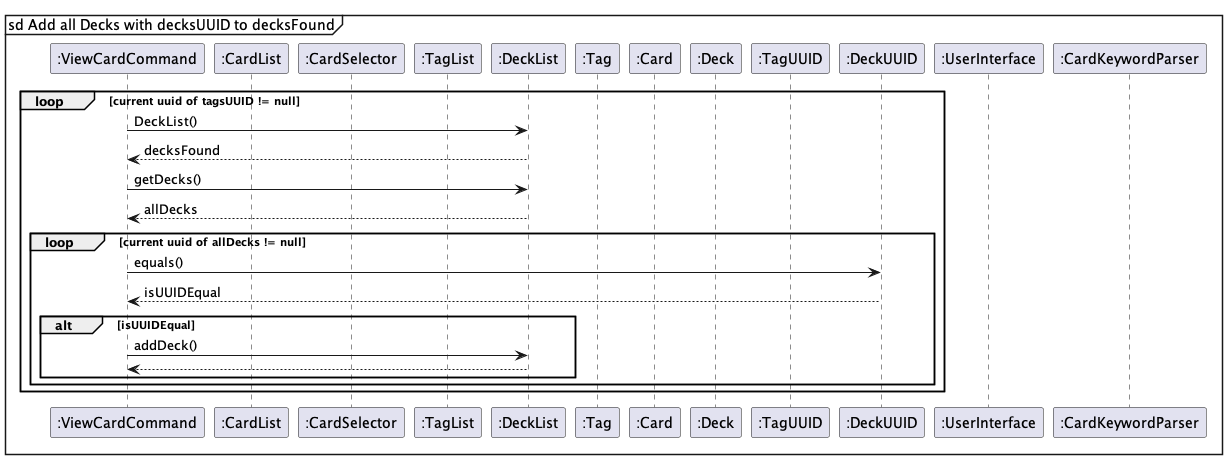
Before: docs/img/AddDecksToDecksFoundRef.png, a diagram exported from PlantUML (nus-cs2113-AY2223S2/tp). The source it was exported from:
```plantuml
@startuml


mainframe sd Add all Decks with decksUUID to decksFound
participant ":ViewCardCommand" as ViewCardCommand
participant ":CardList" as CardList
participant ":CardSelector" as CardSelector
participant ":TagList" as TagList
participant ":DeckList" as DeckList
participant ":Tag" as Tag
participant ":Card" as Card
participant ":Deck" as Deck
participant ":TagUUID" as TagUUID
participant ":DeckUUID" as DeckUUID
participant ":UserInterface" as UserInterface
participant ":CardKeywordParser" as CardKeywordParser

loop current uuid of tagsUUID != null

  ViewCardCommand -> DeckList : DeckList()
  return decksFound
  ViewCardCommand -> DeckList : getDecks()
  return allDecks
  loop current uuid of allDecks != null
      ViewCardCommand -> DeckUUID : equals()
      return isUUIDEqual
      alt isUUIDEqual
       ViewCardCommand -> DeckList : addDeck()
       return
      end
  end loop
end loop

@enduml
```
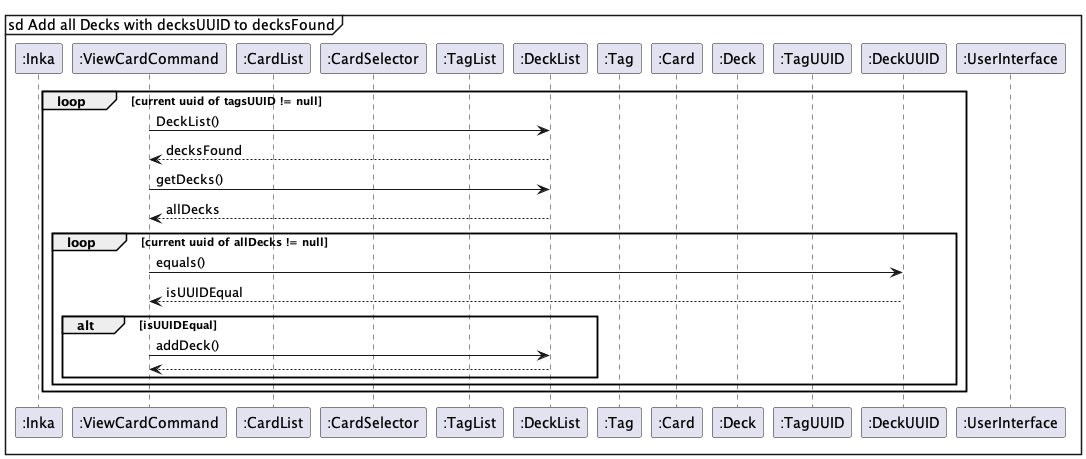
Later version of the same file.

What changed in the source:
```diff
@@ -2,6 +2,8 @@
 
 
 mainframe sd Add all Decks with decksUUID to decksFound
+
+participant ":Inka" as Inka
 participant ":ViewCardCommand" as ViewCardCommand
 participant ":CardList" as CardList
 participant ":CardSelector" as CardSelector
@@ -13,7 +15,7 @@
 participant ":TagUUID" as TagUUID
 participant ":DeckUUID" as DeckUUID
 participant ":UserInterface" as UserInterface
-participant ":CardKeywordParser" as CardKeywordParser
+
 
 loop current uuid of tagsUUID != null
 
```
